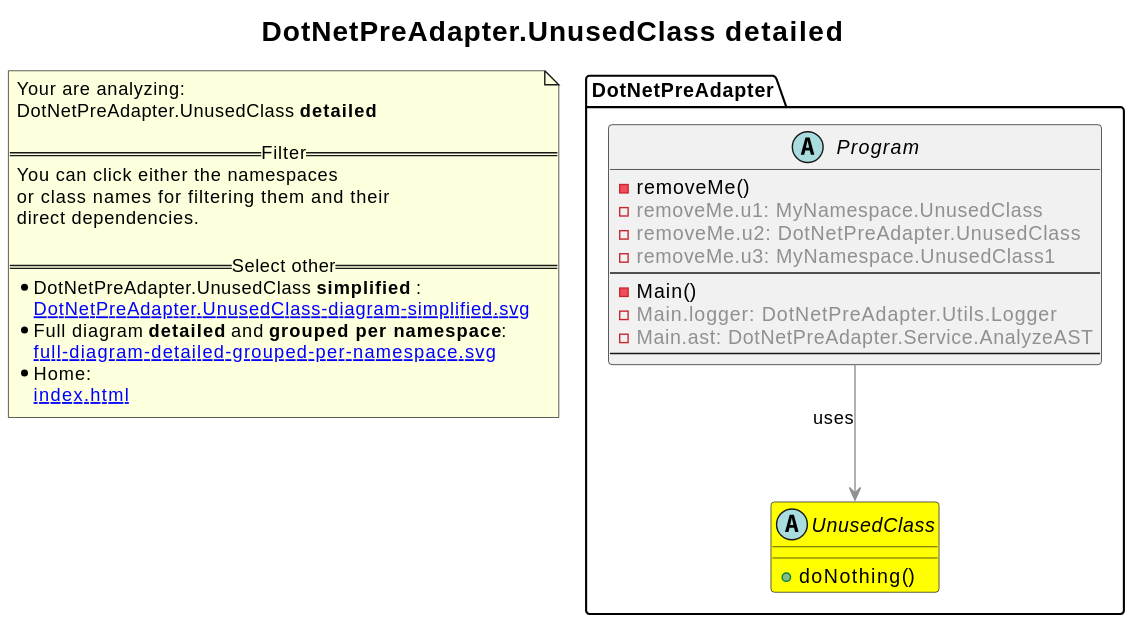
The PlantUML diagram revenger-csharp-adapter.out/DotNetPreAdapter.UnusedClass-diagram-detailed.svg in 2BlackCoffees/revenger, before a commit.
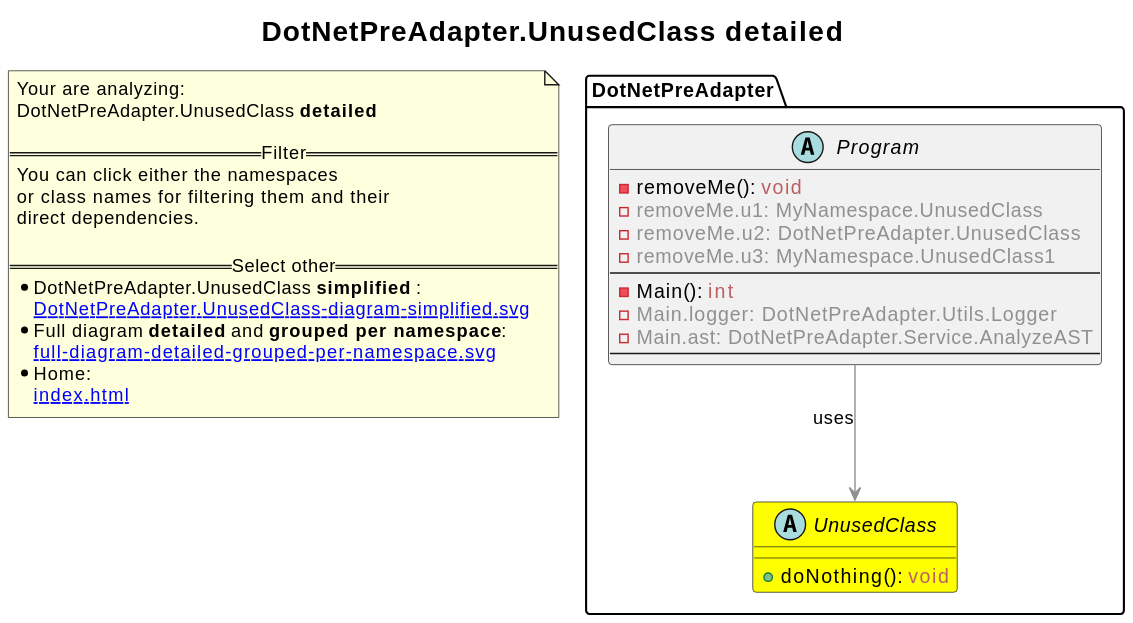
The same file after the commit.

What changed in the source:
```diff
@@ -3,15 +3,15 @@
 title <size:20>DotNetPreAdapter.UnusedClass **detailed** </size>
 note "Your are analyzing:\nDotNetPreAdapter.UnusedClass **detailed** \n\n==Filter==\nYou can click either the namespaces \nor class names for filtering them and their\ndirect dependencies.\n\n==Select other==\n* DotNetPreAdapter.UnusedClass **simplified** :\n   [[DotNetPreAdapter.UnusedClass-diagram-simplified.svg]]\n* Full diagram **detailed** and **grouped per namespace**:\n   [[full-diagram-detailed-grouped-per-namespace.svg]]\n* Home:\n   [[index.html]]" as FloatingNote
 abstract class DotNetPreAdapter.UnusedClass [[DotNetPreAdapter.UnusedClass-diagram-detailed.svg]] #yellow {
-  + doNothing(<font color="6060BB"></font>)
+  + doNothing(<font color="6060BB"></font>): <font color="BB6060">void</font>
 }
 abstract class DotNetPreAdapter.Program [[DotNetPreAdapter.Program-diagram-detailed.svg]]  {
-  - removeMe(<font color="6060BB"></font>)
+  - removeMe(<font color="6060BB"></font>): <font color="BB6060">void</font>
   - <font color="909090">removeMe.u1: MyNamespace.UnusedClass</font>
   - <font color="909090">removeMe.u2: DotNetPreAdapter.UnusedClass</font>
   - <font color="909090">removeMe.u3: MyNamespace.UnusedClass1</font>
 --
-  - Main(<font color="6060BB"></font>)
+  - Main(<font color="6060BB"></font>): <font color="BB6060">int</font>
   - <font color="909090">Main.logger: DotNetPreAdapter.Utils.Logger</font>
   - <font color="909090">Main.ast: DotNetPreAdapter.Service.AnalyzeAST</font>
 --
```
